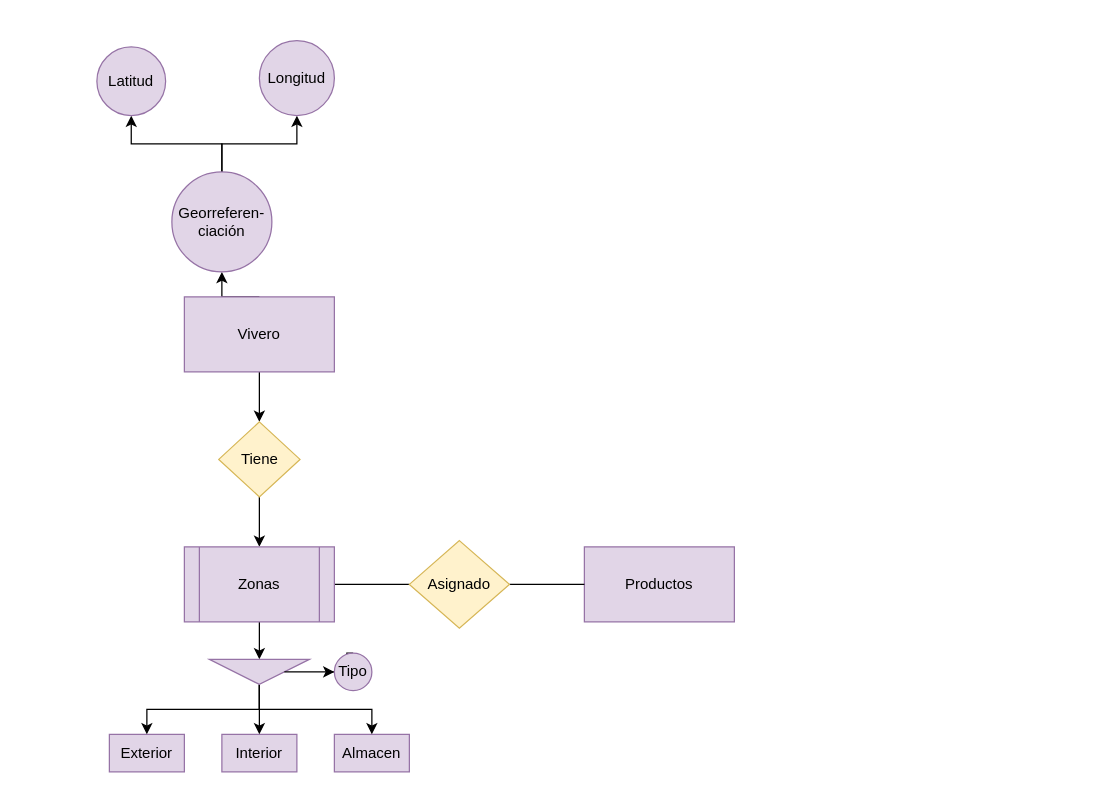
Above: Viveros.drawio in Nestor-svg/Modelo-Entidad-Relaci-n.-Viveros (draw.io), before the change. Source tidied: cells renumbered, new cells numbered last; positions are measured from the earlier drawing's top-left corner, leaving out a move shared by most shapes. Both pictures are drawn from the tidied source at 125%, with x=0, y=0 at pixel (96, 40).
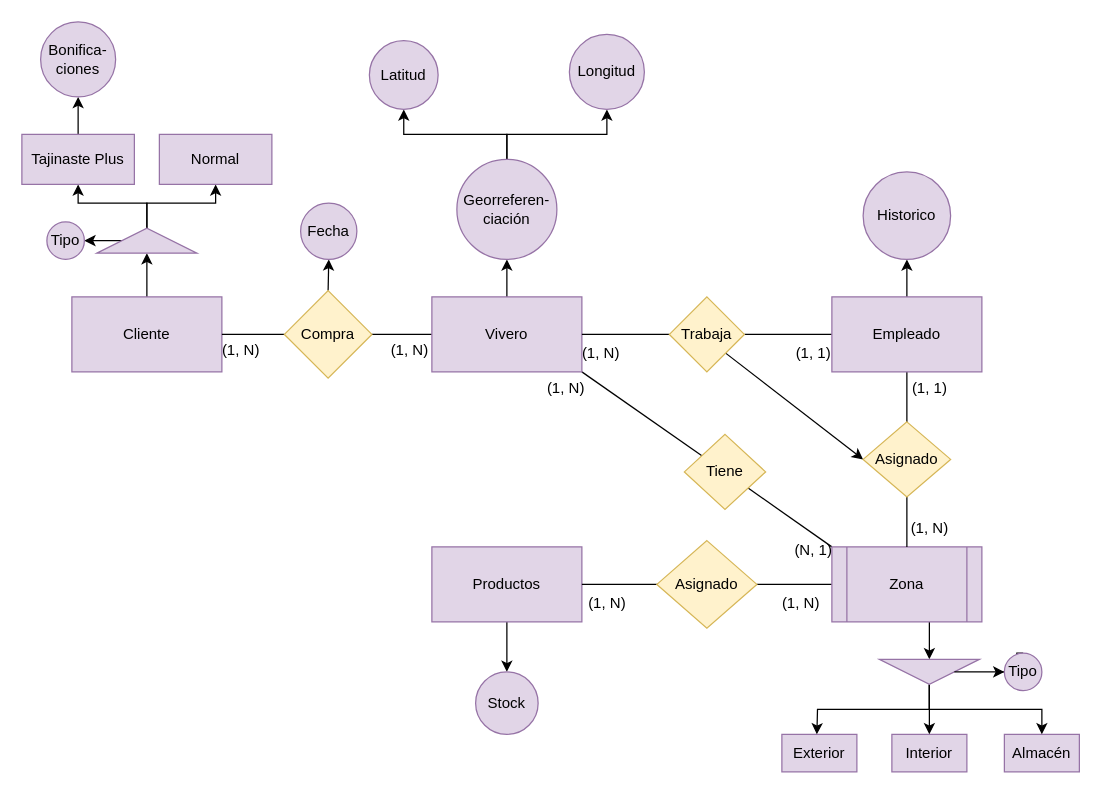
After the change.

Change to the diagram source:
```diff
@@
     <mxCell id="2" style="rounded=0;jettySize=auto;html=1;exitX=1;exitY=0.5;exitDx=0;exitDy=0;entryX=0;entryY=0.5;entryDx=0;entryDy=0;endArrow=none;endFill=0;" parent="1" edge="1" target="11">
       <mxGeometry relative="1" as="geometry">
-        <mxPoint x="190" y="435" as="sourcePoint" />
+        <mxPoint x="470" y="435" as="sourcePoint" />
       </mxGeometry>
     </mxCell>
-    <mxCell id="3" style="edgeStyle=orthogonalEdgeStyle;rounded=0;jettySize=auto;html=1;" parent="1" edge="1" source="5" target="14">
+    <mxCell id="3" style="rounded=0;jettySize=auto;html=1;endArrow=none;endFill=0;exitX=1;exitY=1;exitDx=0;exitDy=0;" parent="1" edge="1" source="5" target="14">
       <mxGeometry relative="1" as="geometry" />
     </mxCell>
@@
+    <mxCell id="28" style="edgeStyle=orthogonalEdgeStyle;rounded=0;jettySize=auto;html=1;exitX=0;exitY=0.5;exitDx=0;exitDy=0;entryX=1;entryY=0.5;entryDx=0;entryDy=0;endArrow=none;endFill=0;" parent="1" edge="1" source="5" target="54">
+      <mxGeometry relative="1" as="geometry" />
+    </mxCell>
     <mxCell id="5" value="Vivero" style="whiteSpace=wrap;html=1;fillColor=#e1d5e7;strokeColor=#9673a6;" parent="1" vertex="1">
-      <mxGeometry x="70" y="205" width="120" height="60" as="geometry" />
+      <mxGeometry x="268" y="205" width="120" height="60" as="geometry" />
     </mxCell>
+    <mxCell id="29" style="edgeStyle=orthogonalEdgeStyle;rounded=0;jettySize=auto;html=1;" parent="1" edge="1" source="6" target="48">
+      <mxGeometry relative="1" as="geometry" />
+    </mxCell>
     <mxCell id="6" value="Productos" style="whiteSpace=wrap;html=1;fillColor=#e1d5e7;strokeColor=#9673a6;" parent="1" vertex="1">
-      <mxGeometry x="390" y="405" width="120" height="60" as="geometry" />
+      <mxGeometry x="268" y="405" width="120" height="60" as="geometry" />
     </mxCell>
     <mxCell id="7" value="&lt;div&gt;Exterior&lt;/div&gt;" style="whiteSpace=wrap;html=1;fillColor=#e1d5e7;strokeColor=#9673a6;" parent="1" vertex="1">
-      <mxGeometry x="10" y="555" width="60" height="30" as="geometry" />
+      <mxGeometry x="548" y="555" width="60" height="30" as="geometry" />
     </mxCell>
     <mxCell id="8" value="Interior" style="whiteSpace=wrap;html=1;fillColor=#e1d5e7;strokeColor=#9673a6;" parent="1" vertex="1">
-      <mxGeometry x="100" y="555" width="60" height="30" as="geometry" />
+      <mxGeometry x="636" y="555" width="60" height="30" as="geometry" />
     </mxCell>
-    <mxCell id="9" value="Almacen" style="whiteSpace=wrap;html=1;fillColor=#e1d5e7;strokeColor=#9673a6;" parent="1" vertex="1">
-      <mxGeometry x="190" y="555" width="60" height="30" as="geometry" />
+    <mxCell id="9" value="Almacén" style="whiteSpace=wrap;html=1;fillColor=#e1d5e7;strokeColor=#9673a6;" parent="1" vertex="1">
+      <mxGeometry x="726" y="555" width="60" height="30" as="geometry" />
     </mxCell>
-    <mxCell id="10" style="edgeStyle=orthogonalEdgeStyle;rounded=0;jettySize=auto;html=1;exitX=1;exitY=0.5;exitDx=0;exitDy=0;entryX=0;entryY=0.5;entryDx=0;entryDy=0;endArrow=none;endFill=0;" parent="1" edge="1" source="11" target="6">
+    <mxCell id="10" style="edgeStyle=orthogonalEdgeStyle;rounded=0;jettySize=auto;html=1;exitX=0;exitY=0.5;exitDx=0;exitDy=0;entryX=1;entryY=0.5;entryDx=0;entryDy=0;endArrow=none;endFill=0;" parent="1" edge="1" source="11" target="6">
       <mxGeometry relative="1" as="geometry" />
     </mxCell>
+    <mxCell id="30" style="rounded=0;jettySize=auto;html=1;exitX=1;exitY=0.5;exitDx=0;exitDy=0;entryX=0;entryY=0.5;entryDx=0;entryDy=0;endArrow=none;endFill=0;" parent="1" edge="1" source="11" target="22">
+      <mxGeometry relative="1" as="geometry" />
+    </mxCell>
     <mxCell id="11" value="Asignado" style="rhombus;whiteSpace=wrap;html=1;fillColor=#fff2cc;strokeColor=#d6b656;" parent="1" vertex="1">
-      <mxGeometry x="250" y="400" width="80" height="70" as="geometry" />
+      <mxGeometry x="448" y="400" width="80" height="70" as="geometry" />
     </mxCell>
     <mxCell id="12" style="edgeStyle=orthogonalEdgeStyle;rounded=0;jettySize=auto;html=1;entryX=0;entryY=0.5;entryDx=0;entryDy=0;" parent="1" edge="1" target="19">
       <mxGeometry relative="1" as="geometry">
-        <mxPoint x="130" y="465" as="sourcePoint" />
+        <mxPoint x="666" y="465" as="sourcePoint" />
       </mxGeometry>
     </mxCell>
-    <mxCell id="13" style="edgeStyle=orthogonalEdgeStyle;rounded=0;jettySize=auto;html=1;entryX=0.5;entryY=0;entryDx=0;entryDy=0;" parent="1" edge="1" source="14">
-      <mxGeometry relative="1" as="geometry">
-        <mxPoint x="130" y="405" as="targetPoint" />
-      </mxGeometry>
+    <mxCell id="13" style="rounded=0;jettySize=auto;html=1;entryX=0;entryY=0;entryDx=0;entryDy=0;endArrow=none;endFill=0;" parent="1" edge="1" source="14" target="22">
+      <mxGeometry relative="1" as="geometry" />
     </mxCell>
     <mxCell id="14" value="Tiene" style="rhombus;whiteSpace=wrap;html=1;fillColor=#fff2cc;strokeColor=#d6b656;" parent="1" vertex="1">
-      <mxGeometry x="97.5" y="305" width="65" height="60" as="geometry" />
+      <mxGeometry x="470" y="315" width="65" height="60" as="geometry" />
     </mxCell>
     <mxCell id="15" style="edgeStyle=orthogonalEdgeStyle;rounded=0;jettySize=auto;html=1;exitX=0.5;exitY=0;exitDx=0;exitDy=0;" parent="1" edge="1" source="21">
       <mxGeometry relative="1" as="geometry">
-        <mxPoint x="200" y="505" as="targetPoint" />
+        <mxPoint x="736" y="505" as="targetPoint" />
       </mxGeometry>
     </mxCell>
-    <mxCell id="16" style="edgeStyle=orthogonalEdgeStyle;rounded=0;jettySize=auto;html=1;exitX=1;exitY=0.5;exitDx=0;exitDy=0;entryX=0.5;entryY=0;entryDx=0;entryDy=0;" parent="1" edge="1" source="19" target="7">
-      <mxGeometry relative="1" as="geometry" />
+    <mxCell id="16" style="edgeStyle=orthogonalEdgeStyle;rounded=0;jettySize=auto;html=1;exitX=1;exitY=0.5;exitDx=0;exitDy=0;entryX=0.5;entryY=0;entryDx=0;entryDy=0;" parent="1" edge="1" source="19">
+      <mxGeometry relative="1" as="geometry">
+        <mxPoint x="576" y="555" as="targetPoint" />
+      </mxGeometry>
     </mxCell>
@@
     <mxCell id="19" style="triangle;whiteSpace=wrap;html=1;rotation=90;fillColor=#e1d5e7;strokeColor=#9673a6;" parent="1" vertex="1">
-      <mxGeometry x="120" y="465" width="20" height="80" as="geometry" />
+      <mxGeometry x="656" y="465" width="20" height="80" as="geometry" />
     </mxCell>
@@
     <mxCell id="21" value="Tipo" style="ellipse;whiteSpace=wrap;html=1;fillColor=#e1d5e7;strokeColor=#9673a6;" parent="1" vertex="1">
-      <mxGeometry x="190" y="490" width="30" height="30" as="geometry" />
+      <mxGeometry x="726" y="490" width="30" height="30" as="geometry" />
     </mxCell>
-    <mxCell id="22" value="Zonas" style="shape=process;whiteSpace=wrap;html=1;backgroundOutline=1;fillColor=#e1d5e7;strokeColor=#9673a6;" parent="1" vertex="1">
-      <mxGeometry x="70" y="405" width="120" height="60" as="geometry" />
+    <mxCell id="22" value="Zona" style="shape=process;whiteSpace=wrap;html=1;backgroundOutline=1;fillColor=#e1d5e7;strokeColor=#9673a6;" parent="1" vertex="1">
+      <mxGeometry x="588" y="405" width="120" height="60" as="geometry" />
     </mxCell>
@@
-    <mxCell id="24" style="edgeStyle=orthogonalEdgeStyle;rounded=0;jettySize=auto;html=1;entryX=0.5;entryY=1;entryDx=0;entryDy=0;" parent="1" edge="1" source="25" target="27">
+    <mxCell id="24" style="edgeStyle=orthogonalEdgeStyle;rounded=0;jettySize=auto;html=1;entryX=0.5;entryY=1;entryDx=0;entryDy=0;exitX=0.5;exitY=0;exitDx=0;exitDy=0;" parent="1" edge="1" source="25" target="27">
       <mxGeometry relative="1" as="geometry" />
     </mxCell>
     <mxCell id="25" value="&lt;div&gt;Georreferen-&lt;/div&gt;&lt;div&gt;ciación&lt;/div&gt;" style="ellipse;whiteSpace=wrap;html=1;fillColor=#e1d5e7;strokeColor=#9673a6;" parent="1" vertex="1">
-      <mxGeometry x="60" y="105" width="80" height="80" as="geometry" />
+      <mxGeometry x="288" y="95" width="80" height="80" as="geometry" />
     </mxCell>
     <mxCell id="26" value="Latitud" style="ellipse;whiteSpace=wrap;html=1;fillColor=#e1d5e7;strokeColor=#9673a6;" parent="1" vertex="1">
-      <mxGeometry y="5" width="55" height="55" as="geometry" />
+      <mxGeometry x="218" width="55" height="55" as="geometry" />
     </mxCell>
     <mxCell id="27" value="Longitud" style="ellipse;whiteSpace=wrap;html=1;fillColor=#e1d5e7;strokeColor=#9673a6;" parent="1" vertex="1">
-      <mxGeometry x="130" width="60" height="60" as="geometry" />
+      <mxGeometry x="378" y="-5" width="60" height="60" as="geometry" />
     </mxCell>
+    <mxCell id="31" value="(1, N)" style="text;html=1;align=center;verticalAlign=middle;strokeColor=none;fillColor=none;" parent="1" vertex="1">
+      <mxGeometry x="350" y="263" width="50" height="30" as="geometry" />
+    </mxCell>
+    <mxCell id="32" value="(N, 1)" style="text;html=1;align=center;verticalAlign=middle;strokeColor=none;fillColor=none;" parent="1" vertex="1">
+      <mxGeometry x="548" y="393" width="50" height="30" as="geometry" />
+    </mxCell>
+    <mxCell id="33" value="(1, N)" style="text;html=1;align=center;verticalAlign=middle;strokeColor=none;fillColor=none;" parent="1" vertex="1">
+      <mxGeometry x="538" y="435" width="50" height="30" as="geometry" />
+    </mxCell>
+    <mxCell id="34" value="(1, N)" style="text;html=1;align=center;verticalAlign=middle;strokeColor=none;fillColor=none;" parent="1" vertex="1">
+      <mxGeometry x="383" y="435" width="50" height="30" as="geometry" />
+    </mxCell>
+    <mxCell id="35" style="edgeStyle=orthogonalEdgeStyle;rounded=0;jettySize=auto;html=1;exitX=0;exitY=0.5;exitDx=0;exitDy=0;entryX=1;entryY=0.5;entryDx=0;entryDy=0;endArrow=none;endFill=0;" parent="1" edge="1" source="38" target="41">
+      <mxGeometry relative="1" as="geometry" />
+    </mxCell>
+    <mxCell id="36" style="rounded=0;jettySize=auto;html=1;exitX=0.5;exitY=1;exitDx=0;exitDy=0;entryX=0.5;entryY=0;entryDx=0;entryDy=0;endArrow=none;endFill=0;" parent="1" edge="1" source="38" target="45">
+      <mxGeometry relative="1" as="geometry" />
+    </mxCell>
+    <mxCell id="37" style="edgeStyle=orthogonalEdgeStyle;rounded=0;jettySize=auto;html=1;exitX=0.5;exitY=0;exitDx=0;exitDy=0;entryX=0.5;entryY=1;entryDx=0;entryDy=0;" parent="1" edge="1" source="38" target="49">
+      <mxGeometry relative="1" as="geometry" />
+    </mxCell>
+    <mxCell id="38" value="Empleado" style="whiteSpace=wrap;html=1;fillColor=#e1d5e7;strokeColor=#9673a6;" parent="1" vertex="1">
+      <mxGeometry x="588" y="205" width="120" height="60" as="geometry" />
+    </mxCell>
+    <mxCell id="39" style="edgeStyle=orthogonalEdgeStyle;rounded=0;jettySize=auto;html=1;exitX=0;exitY=0.5;exitDx=0;exitDy=0;entryX=1;entryY=0.5;entryDx=0;entryDy=0;endArrow=none;endFill=0;" parent="1" edge="1" source="41" target="5">
+      <mxGeometry relative="1" as="geometry" />
+    </mxCell>
+    <mxCell id="40" style="rounded=0;jettySize=auto;html=1;entryX=0;entryY=0.5;entryDx=0;entryDy=0;exitX=1;exitY=1;exitDx=0;exitDy=0;" parent="1" edge="1" source="41" target="45">
+      <mxGeometry relative="1" as="geometry" />
+    </mxCell>
+    <mxCell id="41" value="Trabaja" style="rhombus;whiteSpace=wrap;html=1;fillColor=#fff2cc;strokeColor=#d6b656;" parent="1" vertex="1">
+      <mxGeometry x="458" y="205" width="60" height="60" as="geometry" />
+    </mxCell>
+    <mxCell id="42" value="(1, 1)" style="text;html=1;align=center;verticalAlign=middle;strokeColor=none;fillColor=none;" parent="1" vertex="1">
+      <mxGeometry x="548" y="235" width="50" height="30" as="geometry" />
+    </mxCell>
+    <mxCell id="43" value="(1, N)" style="text;html=1;align=center;verticalAlign=middle;strokeColor=none;fillColor=none;" parent="1" vertex="1">
+      <mxGeometry x="378" y="235" width="50" height="30" as="geometry" />
+    </mxCell>
+    <mxCell id="44" style="rounded=0;jettySize=auto;html=1;exitX=0.5;exitY=1;exitDx=0;exitDy=0;entryX=0.5;entryY=0;entryDx=0;entryDy=0;endArrow=none;endFill=0;" parent="1" edge="1" source="45" target="22">
+      <mxGeometry relative="1" as="geometry" />
+    </mxCell>
+    <mxCell id="45" value="Asignado" style="rhombus;whiteSpace=wrap;html=1;fillColor=#fff2cc;strokeColor=#d6b656;" parent="1" vertex="1">
+      <mxGeometry x="613" y="305" width="70" height="60" as="geometry" />
+    </mxCell>
+    <mxCell id="46" value="(1, 1)" style="text;html=1;align=center;verticalAlign=middle;strokeColor=none;fillColor=none;" parent="1" vertex="1">
+      <mxGeometry x="641" y="263" width="50" height="30" as="geometry" />
+    </mxCell>
+    <mxCell id="47" value="(1, N)" style="text;html=1;align=center;verticalAlign=middle;strokeColor=none;fillColor=none;" parent="1" vertex="1">
+      <mxGeometry x="641" y="375" width="50" height="30" as="geometry" />
+    </mxCell>
+    <mxCell id="48" value="Stock" style="ellipse;whiteSpace=wrap;html=1;fillColor=#e1d5e7;strokeColor=#9673a6;" parent="1" vertex="1">
+      <mxGeometry x="303" y="505" width="50" height="50" as="geometry" />
+    </mxCell>
+    <mxCell id="49" value="&lt;div&gt;Historico&lt;br&gt;&lt;/div&gt;" style="ellipse;whiteSpace=wrap;html=1;fillColor=#e1d5e7;strokeColor=#9673a6;" parent="1" vertex="1">
+      <mxGeometry x="613" y="105" width="70" height="70" as="geometry" />
+    </mxCell>
+    <mxCell id="50" style="edgeStyle=orthogonalEdgeStyle;rounded=0;jettySize=auto;html=1;exitX=0.5;exitY=0;exitDx=0;exitDy=0;entryX=0;entryY=0.5;entryDx=0;entryDy=0;" parent="1" edge="1" source="51" target="60">
+      <mxGeometry relative="1" as="geometry" />
+    </mxCell>
+    <mxCell id="51" value="Cliente" style="whiteSpace=wrap;html=1;fillColor=#e1d5e7;strokeColor=#9673a6;" parent="1" vertex="1">
+      <mxGeometry x="-20" y="205" width="120" height="60" as="geometry" />
+    </mxCell>
+    <mxCell id="52" style="edgeStyle=orthogonalEdgeStyle;rounded=0;jettySize=auto;html=1;exitX=0;exitY=0.5;exitDx=0;exitDy=0;entryX=1;entryY=0.5;entryDx=0;entryDy=0;endArrow=none;endFill=0;" parent="1" edge="1" source="54" target="51">
+      <mxGeometry relative="1" as="geometry" />
+    </mxCell>
+    <mxCell id="53" style="edgeStyle=orthogonalEdgeStyle;rounded=0;jettySize=auto;html=1;exitX=0.5;exitY=0;exitDx=0;exitDy=0;entryX=0.5;entryY=1;entryDx=0;entryDy=0;" parent="1" edge="1" source="54" target="66">
+      <mxGeometry relative="1" as="geometry" />
+    </mxCell>
+    <mxCell id="54" value="Compra" style="rhombus;whiteSpace=wrap;html=1;fillColor=#fff2cc;strokeColor=#d6b656;" parent="1" vertex="1">
+      <mxGeometry x="150" y="200" width="70" height="70" as="geometry" />
+    </mxCell>
+    <mxCell id="55" value="(1, N)" style="text;html=1;align=center;verticalAlign=middle;strokeColor=none;fillColor=none;" parent="1" vertex="1">
+      <mxGeometry x="225" y="233" width="50" height="30" as="geometry" />
+    </mxCell>
+    <mxCell id="56" value="(1, N)" style="text;html=1;align=center;verticalAlign=middle;strokeColor=none;fillColor=none;" parent="1" vertex="1">
+      <mxGeometry x="90" y="233" width="50" height="30" as="geometry" />
+    </mxCell>
+    <mxCell id="57" style="edgeStyle=orthogonalEdgeStyle;rounded=0;jettySize=auto;html=1;exitX=0.5;exitY=0;exitDx=0;exitDy=0;entryX=1;entryY=0.5;entryDx=0;entryDy=0;" parent="1" edge="1" source="60" target="61">
+      <mxGeometry relative="1" as="geometry" />
+    </mxCell>
+    <mxCell id="58" style="edgeStyle=orthogonalEdgeStyle;rounded=0;jettySize=auto;html=1;exitX=1;exitY=0.5;exitDx=0;exitDy=0;entryX=0.5;entryY=1;entryDx=0;entryDy=0;" parent="1" edge="1" source="60" target="64">
+      <mxGeometry relative="1" as="geometry" />
+    </mxCell>
+    <mxCell id="59" style="edgeStyle=orthogonalEdgeStyle;rounded=0;jettySize=auto;html=1;exitX=1;exitY=0.5;exitDx=0;exitDy=0;entryX=0.5;entryY=1;entryDx=0;entryDy=0;" parent="1" edge="1" source="60" target="63">
+      <mxGeometry relative="1" as="geometry" />
+    </mxCell>
+    <mxCell id="60" style="triangle;whiteSpace=wrap;html=1;rotation=-90;fillColor=#e1d5e7;strokeColor=#9673a6;" parent="1" vertex="1">
+      <mxGeometry x="30" y="120" width="20" height="80" as="geometry" />
+    </mxCell>
+    <mxCell id="61" value="Tipo" style="ellipse;whiteSpace=wrap;html=1;fillColor=#e1d5e7;strokeColor=#9673a6;" parent="1" vertex="1">
+      <mxGeometry x="-40" y="145" width="30" height="30" as="geometry" />
+    </mxCell>
+    <mxCell id="62" style="edgeStyle=orthogonalEdgeStyle;rounded=0;jettySize=auto;html=1;entryX=0.5;entryY=1;entryDx=0;entryDy=0;" parent="1" edge="1" source="63" target="65">
+      <mxGeometry relative="1" as="geometry" />
+    </mxCell>
+    <mxCell id="63" value="Tajinaste Plus" style="whiteSpace=wrap;html=1;fillColor=#e1d5e7;strokeColor=#9673a6;" parent="1" vertex="1">
+      <mxGeometry x="-60" y="75" width="90" height="40" as="geometry" />
+    </mxCell>
+    <mxCell id="64" value="Normal" style="whiteSpace=wrap;html=1;fillColor=#e1d5e7;strokeColor=#9673a6;" parent="1" vertex="1">
+      <mxGeometry x="50" y="75" width="90" height="40" as="geometry" />
+    </mxCell>
+    <mxCell id="65" value="Bonifica-ciones" style="ellipse;whiteSpace=wrap;html=1;fillColor=#e1d5e7;strokeColor=#9673a6;" parent="1" vertex="1">
+      <mxGeometry x="-45" y="-15" width="60" height="60" as="geometry" />
+    </mxCell>
+    <mxCell id="66" value="Fecha" style="ellipse;whiteSpace=wrap;html=1;fillColor=#e1d5e7;strokeColor=#9673a6;" parent="1" vertex="1">
+      <mxGeometry x="163" y="130" width="45" height="45" as="geometry" />
+    </mxCell>
```
